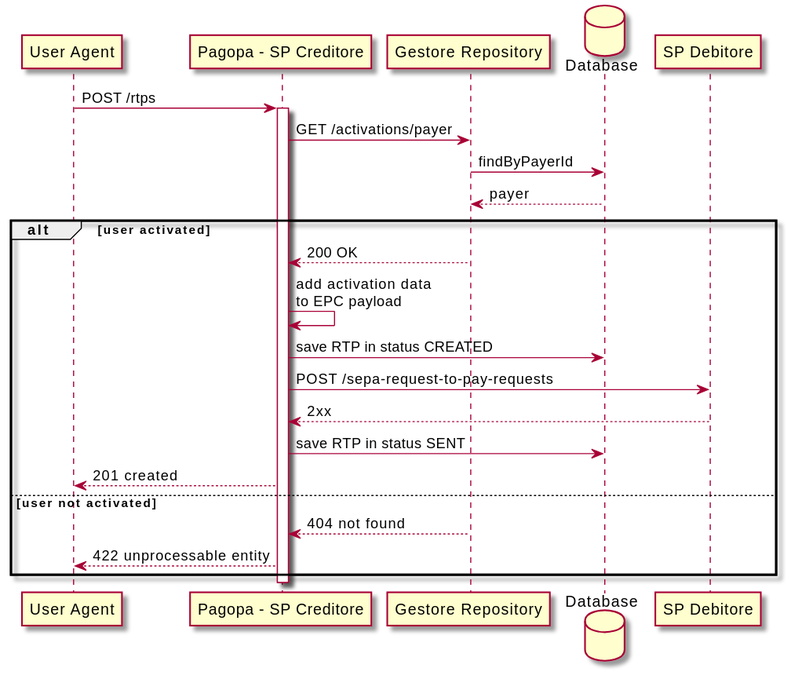
Above: diagrams/send.svg in pagopa/rtp-docs (PlantUML), before the change.
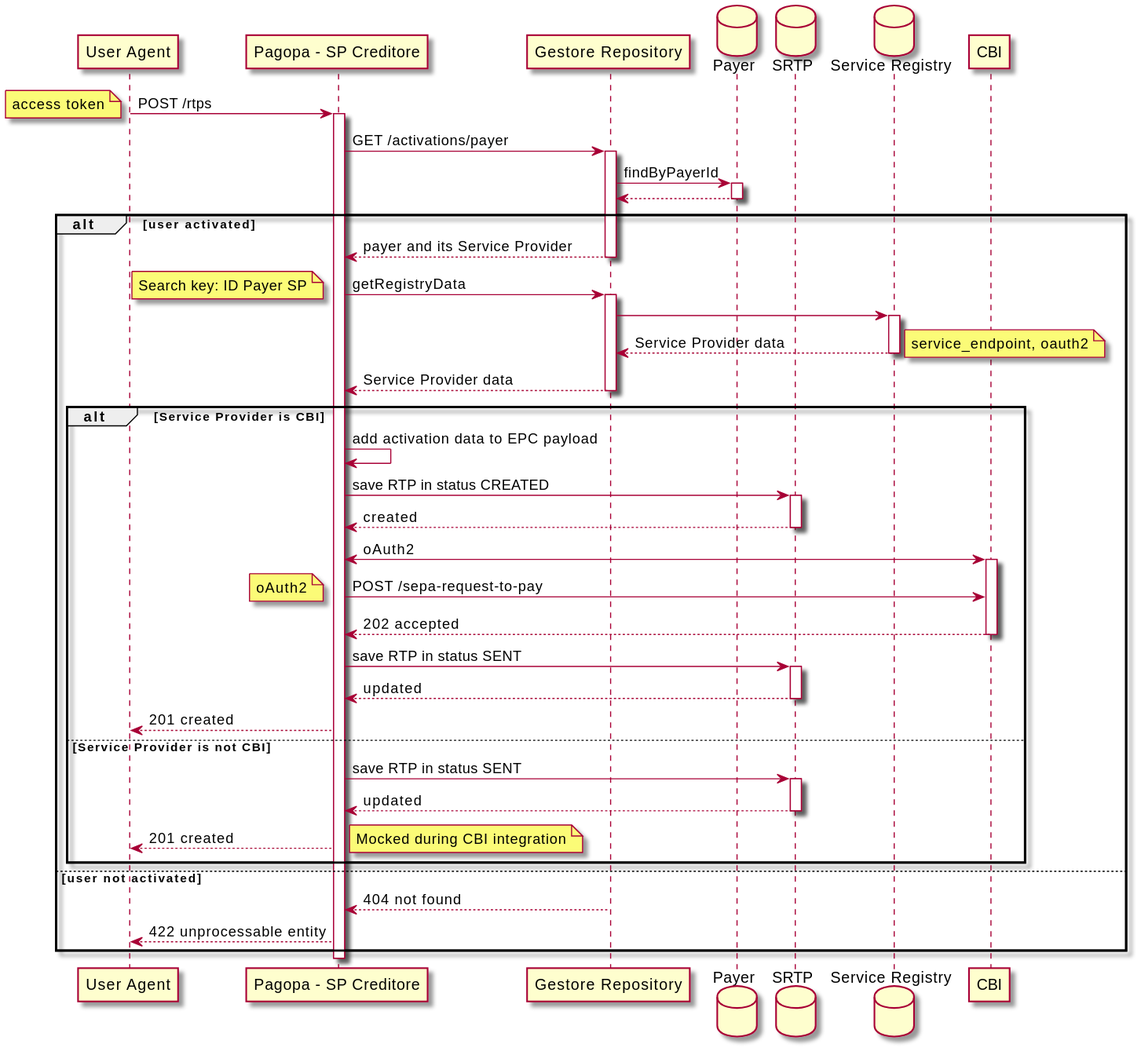
The same file after the commit.

Commit message:
[SRTP-301] add service registry and CBI send diagram (#7)

* [SRTP-301] add service registry and CBI send diagram

* [SRTP-301] add authorization notes

* Diagrams commit

* [SRTP-301] add activations in diagram

* Diagrams commit

* [SRTP-301] save at DB in mock flow

* Diagrams commit

---------

Change to the diagram source:
```diff
@@ -3,30 +3,80 @@
 participant "User Agent" as UA
 participant "Pagopa - SP Creditore" as SPC
 participant "Gestore Repository" as GR
-database "Database" as DB
-participant "SP Debitore" as SPD
+database "Payer" as Payer
+database "SRTP" as SRTP
+database "Service Registry" as SR
+participant "CBI" as SPD
 
 UA -> SPC: POST /rtps
+note left: access token
 activate SPC
 
+SPC -> GR: GET /activations/payer
+activate GR
+GR -> Payer: findByPayerId
+activate Payer
+Payer --> GR
+deactivate Payer
+alt user activated
+GR --> SPC: payer and its Service Provider
+deactivate GR
 
-SPC -> GR: GET /activations/payer
-GR -> DB: findByPayerId
-DB --> GR: payer
+SPC -> GR: getRegistryData
+note left: Search key: ID Payer SP
+activate GR
+GR -> SR
+activate SR
+SR --> GR: Service Provider data
+note right: service_endpoint, oauth2
+deactivate SR
+GR --> SPC: Service Provider data
+deactivate GR
 
-alt user activated
-GR --> SPC: 200 OK
 
-SPC -> SPC: add activation data \nto EPC payload
-SPC -> DB: save RTP in status CREATED
-SPC -> SPD: POST /sepa-request-to-pay-requests
-SPD --> SPC: 2xx
-SPC -> DB: save RTP in status SENT
+alt Service Provider is CBI
+
+SPC -> SPC: add activation data to EPC payload
+
+SPC -> SRTP: save RTP in status CREATED
+activate SRTP
+SRTP --> SPC: created
+deactivate SRTP
+
+SPC <-> SPD: oAuth2
+activate SPD
+
+SPC -> SPD: POST /sepa-request-to-pay
+note left: oAuth2
+SPD --> SPC: 202 accepted
+deactivate SPD
+
+SPC -> SRTP: save RTP in status SENT
+activate SRTP
+SRTP --> SPC: updated
+deactivate SRTP
+
 SPC --> UA: 201 created
 
+else Service Provider is not CBI
+
+SPC -> SRTP: save RTP in status SENT
+activate SRTP
+SRTP --> SPC: updated
+deactivate SRTP
+
+SPC --> UA: 201 created
+note right: Mocked during CBI integration
+
+end
+
 else user not activated
+
+activate GR
 GR --> SPC: 404 not found
+deactivate GR
 SPC --> UA: 422 unprocessable entity
+
 end
 
 deactivate SPC
```
